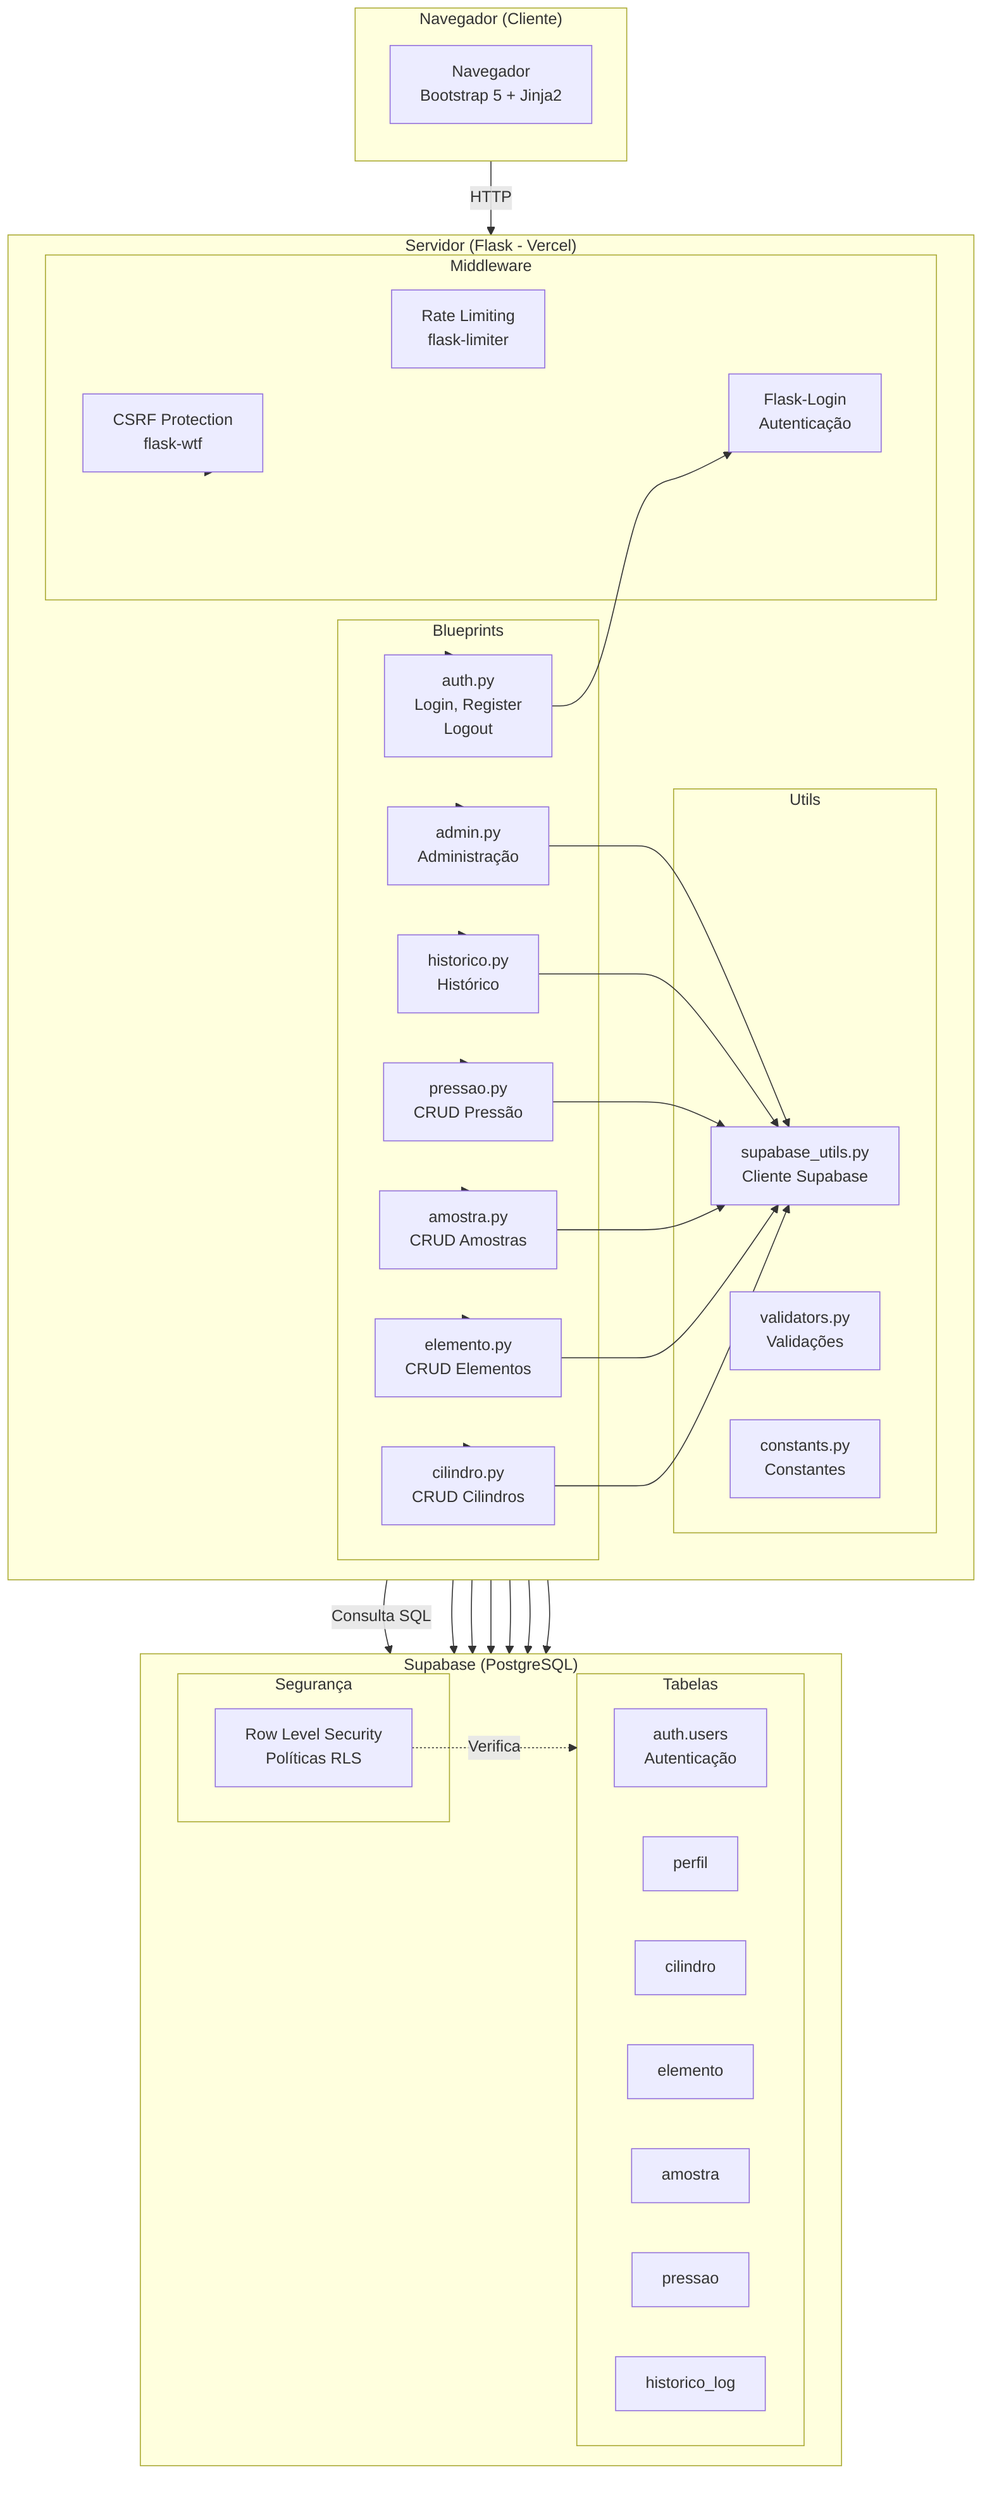
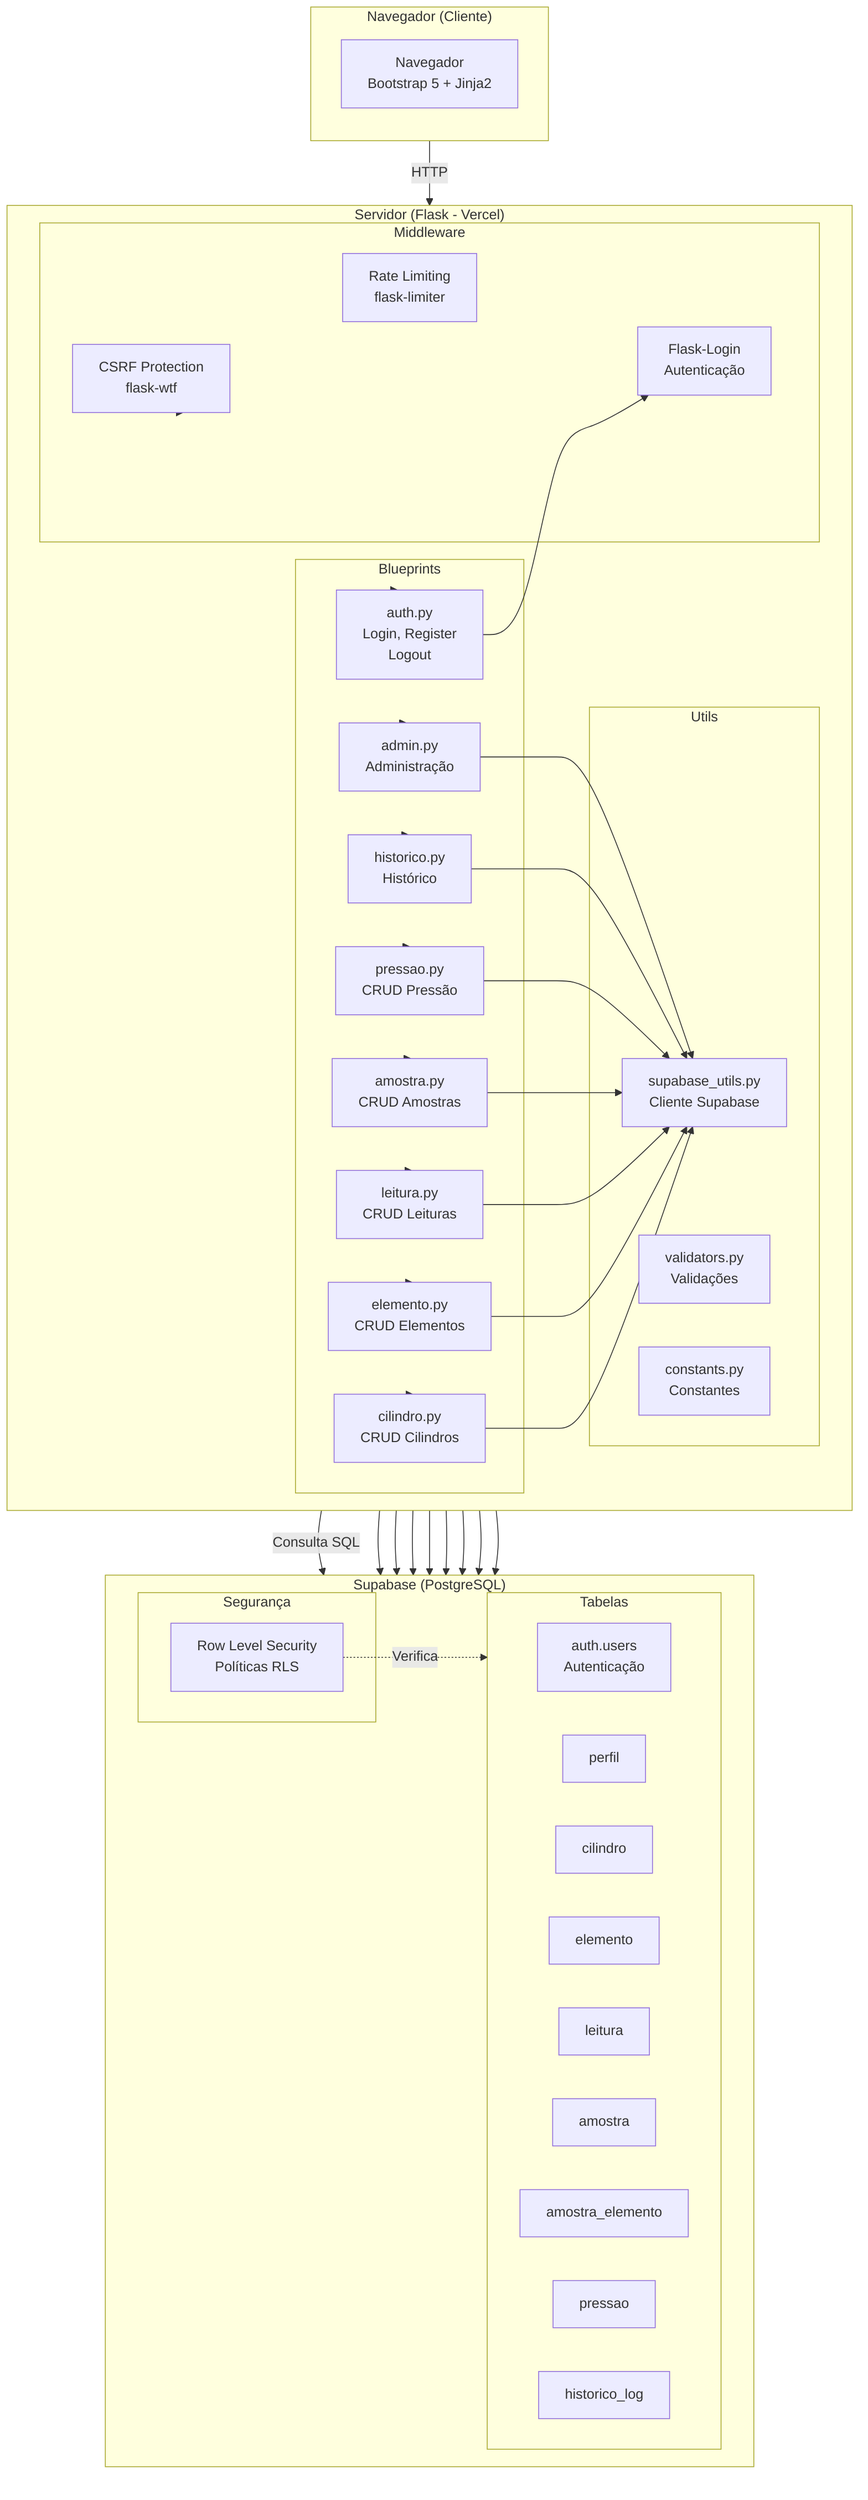
flowchart TB
    subgraph Cliente["Navegador (Cliente)"]
        direction TB
        Browser["Navegador<br/>Bootstrap 5 + Jinja2"]
    end

    subgraph Servidor["Servidor (Flask - Vercel)"]
        direction LR
        subgraph Blueprints["Blueprints"]
            Auth["auth.py<br/>Login, Register<br/>Logout"]
            Cilindro["cilindro.py<br/>CRUD Cilindros"]
            Elemento["elemento.py<br/>CRUD Elementos"]
+             Leitura["leitura.py<br/>CRUD Leituras"]
            Amostra["amostra.py<br/>CRUD Amostras"]
            Pressao["pressao.py<br/>CRUD Pressão"]
            Historico["historico.py<br/>Histórico"]
            Admin["admin.py<br/>Administração"]
        end

        subgraph Utils["Utils"]
            SupabaseClient["supabase_utils.py<br/>Cliente Supabase"]
            Validators["validators.py<br/>Validações"]
            Constants["constants.py<br/>Constantes"]
        end

        subgraph Middleware["Middleware"]
            CSRF["CSRF Protection<br/>flask-wtf"]
            Limiter["Rate Limiting<br/>flask-limiter"]
            LoginManager["Flask-Login<br/>Autenticação"]
        end
    end

    subgraph Supabase["Supabase (PostgreSQL)"]
        direction LR
        subgraph Tabelas["Tabelas"]
            AuthDB["auth.users<br/>Autenticação"]
            Perfil["perfil"]
            CilindroTB["cilindro"]
            ElementoTB["elemento"]
+             LeituraTB["leitura"]
            AmostraTB["amostra"]
+             AmostraElementoTB["amostra_elemento"]
            PressaoTB["pressao"]
            HistoricoTB["historico_log"]
        end

        subgraph Seguranca["Segurança"]
            RLS["Row Level Security<br/>Políticas RLS"]
        end
    end

    Browser -->|HTTP| Servidor
    Servidor --> Auth
    Servidor --> Cilindro
    Servidor --> Elemento
+     Servidor --> Leitura
    Servidor --> Amostra
    Servidor --> Pressao
    Servidor --> Historico
    Servidor --> Admin

    Auth --> LoginManager
    Cilindro --> SupabaseClient
    Elemento --> SupabaseClient
+     Leitura --> SupabaseClient
    Amostra --> SupabaseClient
    Pressao --> SupabaseClient
    Historico --> SupabaseClient
    Admin --> SupabaseClient

    SupabaseClient -->|Consulta SQL| AuthDB
    SupabaseClient --> Perfil
    SupabaseClient --> CilindroTB
    SupabaseClient --> ElementoTB
+     SupabaseClient --> LeituraTB
    SupabaseClient --> AmostraTB
+     SupabaseClient --> AmostraElementoTB
    SupabaseClient --> PressaoTB
    SupabaseClient --> HistoricoTB

    Servidor --> CSRF
    Servidor --> Limiter
    Servidor --> LoginManager

-     RLS -.->|Verifica| Tabelas+     RLS -.->|Verifica| Tabelas
